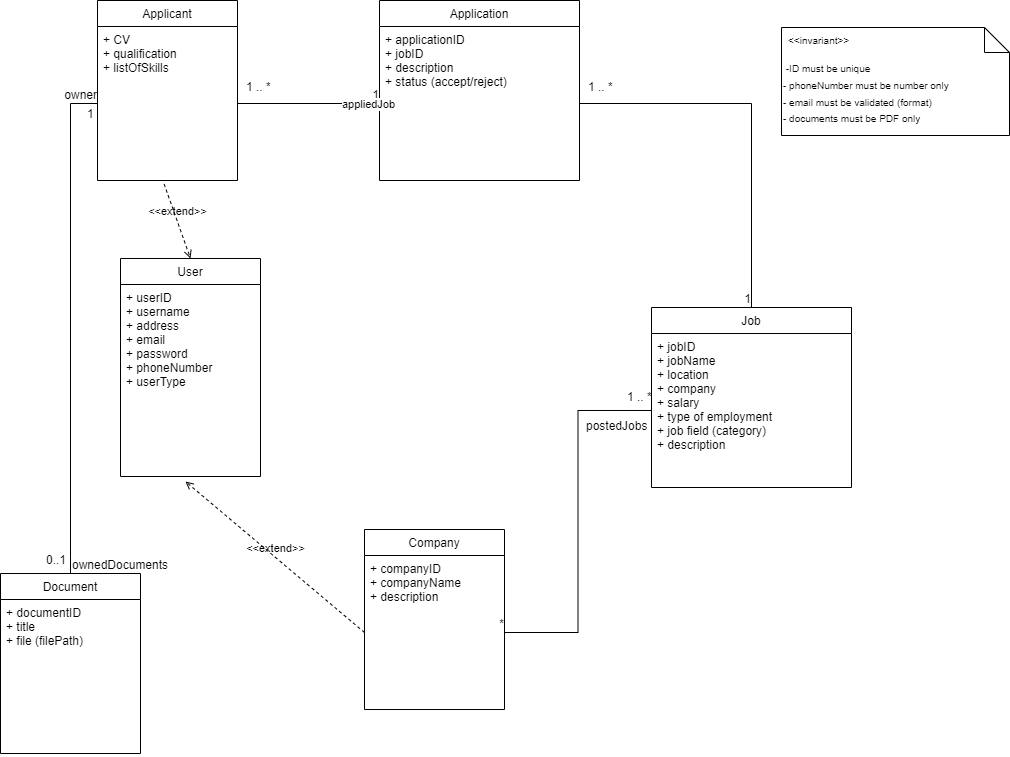
Above: uml/information_domain_model.png in troppdus/MyWorstJobApp (draw.io), before the change. Source tidied: cells renumbered, new cells last; positions are measured from the earlier drawing's top-left corner, leaving out a move shared by most shapes. Its diagram source:
```xml
<mxGraphModel background="#FFFFFF">
  <root>
    <mxCell id="0" />
    <mxCell id="1" parent="0" />
    <mxCell id="2" value="User" style="swimlane;fontStyle=0;horizontal=1;startSize=26;fillColor=none;" parent="1" vertex="1">
      <mxGeometry x="120" y="258" width="140" height="218" as="geometry" />
    </mxCell>
    <mxCell id="3" value="+ userID&#10;+ username&#10;+ address&#10;+ email&#10;+ password&#10;+ phoneNumber&#10;+ userType&#10;" style="text;strokeColor=none;fillColor=none;align=left;verticalAlign=top;spacingLeft=4;spacingRight=4;overflow=hidden;points=[[0,0.5],[1,0.5]];portConstraint=eastwest;" parent="2" vertex="1">
      <mxGeometry y="26" width="140" height="192" as="geometry" />
    </mxCell>
    <mxCell id="4" value="Company" style="swimlane;fontStyle=0;horizontal=1;startSize=26;fillColor=none;" parent="1" vertex="1">
      <mxGeometry x="364" y="529" width="140" height="180" as="geometry" />
    </mxCell>
    <mxCell id="5" value="+ companyID&#10;+ companyName&#10;+ description&#10;&#10;" style="text;strokeColor=none;fillColor=none;align=left;verticalAlign=top;spacingLeft=4;spacingRight=4;overflow=hidden;points=[[0,0.5],[1,0.5]];portConstraint=eastwest;" parent="4" vertex="1">
      <mxGeometry y="26" width="140" height="154" as="geometry" />
    </mxCell>
    <mxCell id="6" value="Job" style="swimlane;fontStyle=0;horizontal=1;startSize=26;fillColor=none;" parent="1" vertex="1">
      <mxGeometry x="651" y="307" width="200" height="180" as="geometry" />
    </mxCell>
    <mxCell id="7" value="+ jobID&#10;+ jobName&#10;+ location&#10;+ company&#10;+ salary&#10;+ type of employment&#10;+ job field (category)&#10;+ description&#10;&#10;" style="text;strokeColor=none;fillColor=none;align=left;verticalAlign=top;spacingLeft=4;spacingRight=4;overflow=hidden;points=[[0,0.5],[1,0.5]];portConstraint=eastwest;" parent="6" vertex="1">
      <mxGeometry y="26" width="200" height="154" as="geometry" />
    </mxCell>
    <mxCell id="8" value="Application" style="swimlane;fontStyle=0;horizontal=1;startSize=26;fillColor=none;" parent="1" vertex="1">
      <mxGeometry x="379" width="200" height="180" as="geometry" />
    </mxCell>
    <mxCell id="9" value="+ applicationID&#10;+ jobID&#10;+ description&#10;+ status (accept/reject)&#10;&#10;" style="text;strokeColor=none;fillColor=none;align=left;verticalAlign=top;spacingLeft=4;spacingRight=4;overflow=hidden;points=[[0,0.5],[1,0.5]];portConstraint=eastwest;" parent="8" vertex="1">
      <mxGeometry y="26" width="200" height="154" as="geometry" />
    </mxCell>
    <mxCell id="10" value="&lt;font style=&quot;font-size: 10px;&quot;&gt;&amp;nbsp;-ID must be unique&lt;br&gt;- phoneNumber must be number only&lt;br&gt;- email must be validated (format)&lt;br&gt;- documents must be PDF only&lt;br&gt;&lt;/font&gt;" style="shape=note2;boundedLbl=1;whiteSpace=wrap;html=1;size=25;verticalAlign=top;align=left;fontSize=14;" parent="1" vertex="1">
      <mxGeometry x="781" y="27" width="228" height="108" as="geometry" />
    </mxCell>
    <mxCell id="11" value="&lt;&lt;invariant&gt;&gt;" style="strokeColor=none;fillColor=none;align=left;spacingLeft=5;fontSize=10;" parent="10" vertex="1">
      <mxGeometry width="228" height="25" relative="1" as="geometry" />
    </mxCell>
    <mxCell id="12" value="Document" style="swimlane;fontStyle=0;horizontal=1;startSize=26;fillColor=none;" parent="1" vertex="1">
      <mxGeometry y="573" width="140" height="180" as="geometry" />
    </mxCell>
    <mxCell id="13" value="+ documentID&#10;+ title&#10;+ file (filePath)&#10;" style="text;strokeColor=none;fillColor=none;align=left;verticalAlign=top;spacingLeft=4;spacingRight=4;overflow=hidden;" parent="12" vertex="1">
      <mxGeometry y="26" width="140" height="154" as="geometry" />
    </mxCell>
    <mxCell id="14" style="endArrow=none;html=1;rounded=0;align=center;verticalAlign=top;endFill=0;labelBackgroundColor=none;exitX=0.5;exitY=0;exitDx=0;exitDy=0;entryX=0;entryY=0.5;entryDx=0;entryDy=0;edgeStyle=orthogonalEdgeStyle;" parent="1" edge="1" source="12" target="29">
      <mxGeometry relative="1" as="geometry" />
    </mxCell>
    <mxCell id="15" value="ownedDocuments" style="html=1;align=left;verticalAlign=bottom;labelBackgroundColor=none;" parent="14" vertex="1">
      <mxGeometry x="-1" relative="1" as="geometry" />
    </mxCell>
    <mxCell id="16" value="0..1" style="html=1;align=left;verticalAlign=top;labelBackgroundColor=none;" parent="14" vertex="1">
      <mxGeometry x="-1" relative="1" as="geometry">
        <mxPoint x="-26" y="-27" as="offset" />
      </mxGeometry>
    </mxCell>
    <mxCell id="17" value="owner" style="html=1;align=right;verticalAlign=bottom;labelBackgroundColor=none;" parent="14" vertex="1">
      <mxGeometry x="1" relative="1" as="geometry" />
    </mxCell>
    <mxCell id="18" value="1" style="html=1;align=left;verticalAlign=top;labelBackgroundColor=none;" parent="1" vertex="1">
      <mxGeometry x="85" y="100" as="geometry" />
    </mxCell>
    <mxCell id="19" style="endArrow=none;html=1;rounded=0;align=center;verticalAlign=top;endFill=0;labelBackgroundColor=none;exitX=0;exitY=0.5;exitDx=0;exitDy=0;entryX=1;entryY=0.5;entryDx=0;entryDy=0;edgeStyle=orthogonalEdgeStyle;" parent="1" edge="1" source="7" target="5">
      <mxGeometry relative="1" as="geometry" />
    </mxCell>
    <mxCell id="20" value="postedJobs" style="html=1;align=left;verticalAlign=bottom;labelBackgroundColor=none;" parent="19" vertex="1">
      <mxGeometry x="-1" relative="1" as="geometry">
        <mxPoint x="-67" y="24" as="offset" />
      </mxGeometry>
    </mxCell>
    <mxCell id="21" value="1 .. *" style="html=1;align=left;verticalAlign=top;labelBackgroundColor=none;" parent="19" vertex="1">
      <mxGeometry x="-1" relative="1" as="geometry">
        <mxPoint x="-26" y="-27" as="offset" />
      </mxGeometry>
    </mxCell>
    <mxCell id="22" value="*" style="html=1;align=right;verticalAlign=bottom;labelBackgroundColor=none;" parent="19" vertex="1">
      <mxGeometry x="1" relative="1" as="geometry" />
    </mxCell>
    <mxCell id="23" style="endArrow=none;html=1;rounded=0;align=center;verticalAlign=top;endFill=0;labelBackgroundColor=none;exitX=1;exitY=0.5;exitDx=0;exitDy=0;entryX=0.5;entryY=0;entryDx=0;entryDy=0;edgeStyle=orthogonalEdgeStyle;" parent="1" edge="1" source="9" target="6">
      <mxGeometry relative="1" as="geometry" />
    </mxCell>
    <mxCell id="24" value="1 .. *" style="html=1;align=left;verticalAlign=top;labelBackgroundColor=none;" parent="23" vertex="1">
      <mxGeometry x="-1" relative="1" as="geometry">
        <mxPoint x="7" y="-30" as="offset" />
      </mxGeometry>
    </mxCell>
    <mxCell id="25" value="1" style="html=1;align=right;verticalAlign=bottom;labelBackgroundColor=none;" parent="23" vertex="1">
      <mxGeometry x="1" relative="1" as="geometry" />
    </mxCell>
    <mxCell id="26" value="&amp;lt;&amp;lt;extend&amp;gt;&amp;gt;" style="html=1;verticalAlign=bottom;labelBackgroundColor=none;endArrow=open;endFill=0;dashed=1;entryX=0.5;entryY=0;entryDx=0;entryDy=0;exitX=0.476;exitY=1.023;exitDx=0;exitDy=0;exitPerimeter=0;" parent="1" edge="1" source="29" target="2">
      <mxGeometry relative="1" as="geometry" />
    </mxCell>
    <mxCell id="27" value="&amp;lt;&amp;lt;extend&amp;gt;&amp;gt;" style="html=1;verticalAlign=bottom;labelBackgroundColor=none;endArrow=open;endFill=0;dashed=1;exitX=0;exitY=0.5;exitDx=0;exitDy=0;entryX=0.464;entryY=1.026;entryDx=0;entryDy=0;entryPerimeter=0;" parent="1" edge="1" source="5" target="3">
      <mxGeometry relative="1" as="geometry" />
    </mxCell>
    <mxCell id="28" value="Applicant" style="swimlane;fontStyle=0;horizontal=1;startSize=26;fillColor=none;" parent="1" vertex="1">
      <mxGeometry x="97" width="140" height="180" as="geometry" />
    </mxCell>
    <mxCell id="29" value="+ CV&#10;+ qualification&#10;+ listOfSkills" style="text;strokeColor=none;fillColor=none;align=left;verticalAlign=top;spacingLeft=4;spacingRight=4;overflow=hidden;points=[[0,0.5],[1,0.5]];portConstraint=eastwest;" parent="28" vertex="1">
      <mxGeometry y="26" width="140" height="154" as="geometry" />
    </mxCell>
    <mxCell id="30" style="endArrow=none;html=1;rounded=0;align=center;verticalAlign=top;endFill=0;labelBackgroundColor=none;exitX=1;exitY=0.5;exitDx=0;exitDy=0;entryX=0;entryY=0.5;entryDx=0;entryDy=0;edgeStyle=orthogonalEdgeStyle;" parent="1" edge="1" source="29" target="9">
      <mxGeometry relative="1" as="geometry" />
    </mxCell>
    <mxCell id="31" value="1 .. *" style="html=1;align=left;verticalAlign=top;labelBackgroundColor=none;" parent="30" vertex="1">
      <mxGeometry x="-1" relative="1" as="geometry">
        <mxPoint x="7" y="-30" as="offset" />
      </mxGeometry>
    </mxCell>
    <mxCell id="32" value="1" style="html=1;align=right;verticalAlign=bottom;labelBackgroundColor=none;" parent="30" vertex="1">
      <mxGeometry x="1" relative="1" as="geometry" />
    </mxCell>
    <mxCell id="33" value="appliedJob" style="edgeLabel;html=1;align=center;verticalAlign=middle;" parent="30" vertex="1">
      <mxGeometry x="0.83" relative="1" as="geometry" />
    </mxCell>
  </root>
</mxGraphModel>
```
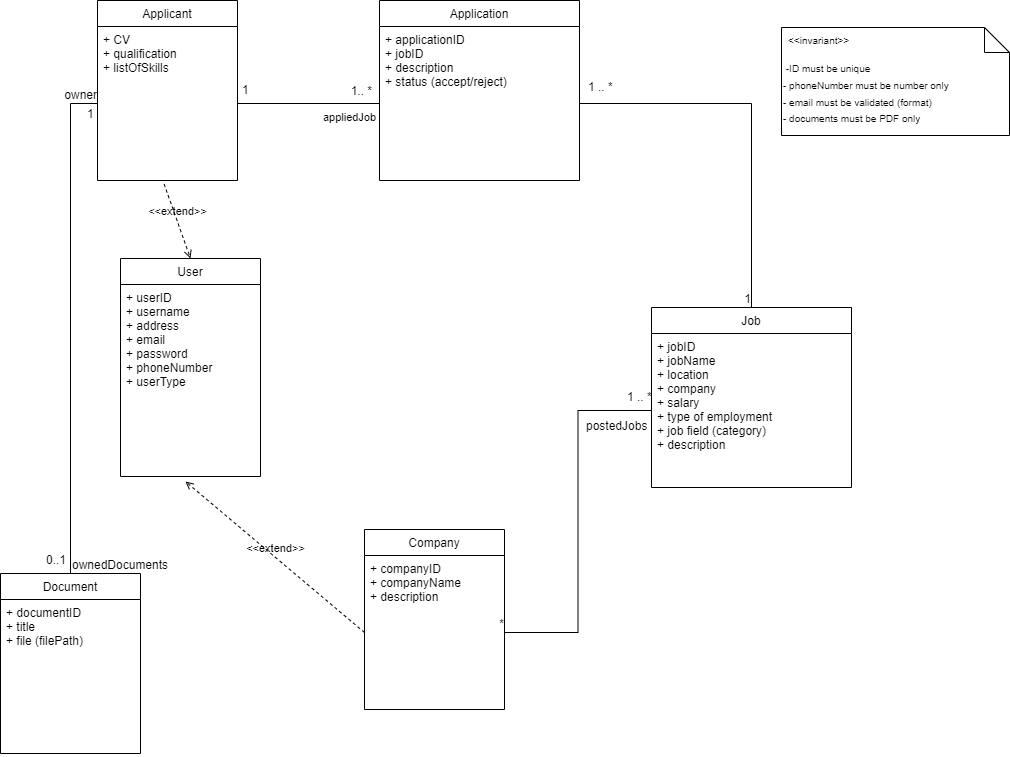
After the commit.

Commit message:
update domain diagram

Change to the diagram source:
```diff
@@ -97,16 +97,20 @@
     <mxCell id="30" style="endArrow=none;html=1;rounded=0;align=center;verticalAlign=top;endFill=0;labelBackgroundColor=none;exitX=1;exitY=0.5;exitDx=0;exitDy=0;entryX=0;entryY=0.5;entryDx=0;entryDy=0;edgeStyle=orthogonalEdgeStyle;" parent="1" edge="1" source="29" target="9">
       <mxGeometry relative="1" as="geometry" />
     </mxCell>
-    <mxCell id="31" value="1 .. *" style="html=1;align=left;verticalAlign=top;labelBackgroundColor=none;" parent="30" vertex="1">
+    <mxCell id="31" value="1" style="html=1;align=left;verticalAlign=top;labelBackgroundColor=none;" parent="30" vertex="1">
       <mxGeometry x="-1" relative="1" as="geometry">
-        <mxPoint x="7" y="-30" as="offset" />
+        <mxPoint x="3" y="-27" as="offset" />
       </mxGeometry>
     </mxCell>
-    <mxCell id="32" value="1" style="html=1;align=right;verticalAlign=bottom;labelBackgroundColor=none;" parent="30" vertex="1">
-      <mxGeometry x="1" relative="1" as="geometry" />
+    <mxCell id="32" value="1.. *" style="html=1;align=right;verticalAlign=bottom;labelBackgroundColor=none;" parent="30" vertex="1">
+      <mxGeometry x="1" relative="1" as="geometry">
+        <mxPoint x="-7" y="-4" as="offset" />
+      </mxGeometry>
     </mxCell>
     <mxCell id="33" value="appliedJob" style="edgeLabel;html=1;align=center;verticalAlign=middle;" parent="30" vertex="1">
-      <mxGeometry x="0.83" relative="1" as="geometry" />
+      <mxGeometry x="0.83" relative="1" as="geometry">
+        <mxPoint x="-19" y="13" as="offset" />
+      </mxGeometry>
     </mxCell>
   </root>
 </mxGraphModel>
```
